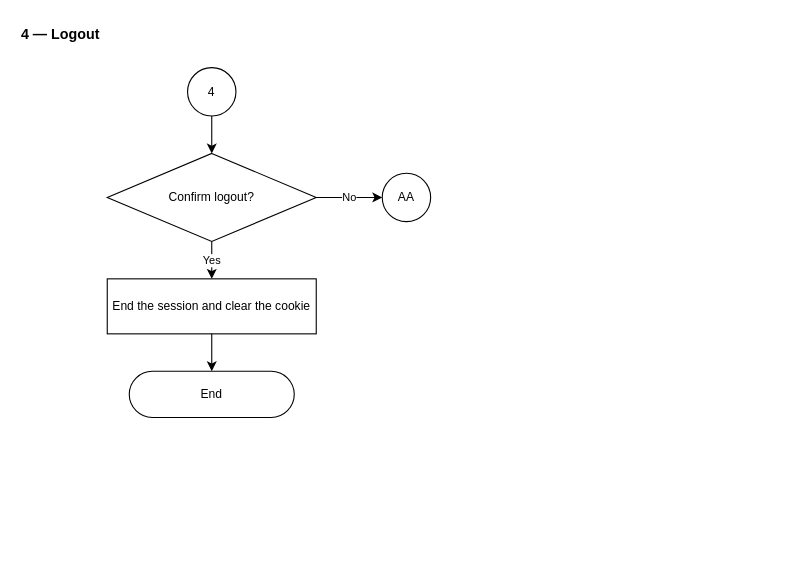
MellowLaw/AGAPP keeps this draw.io diagram as page "4 — Super Admin Settings" (7 of 8) of Docs/Flowcharts/drawio/03-Super-Admin.drawio. Above is the earlier version. Source tidied: cells renumbered, new cells numbered last; positions are measured from the earlier drawing's top-left corner, leaving out a move shared by most shapes. Both pictures are drawn from the tidied source at 110%, with x=0, y=0 at pixel (19, 19).
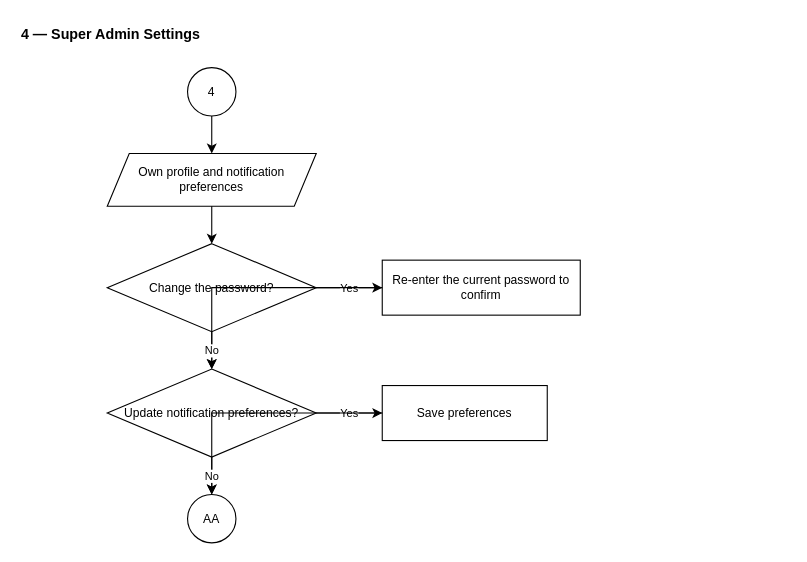
The same diagram, later.

Commit message (it also covers changes not shown here):
feat: add Super Admin flowcharts and documentation along with corresponding sidebar component implementation

The edit, as a diff of the source:
```diff
@@
 <mxGraphModel>
   <root>
     <mxCell id="0" />
     <mxCell id="1" parent="0" />
-    <mxCell id="2" value="4 — Logout" style="text;html=1;align=left;verticalAlign=middle;strokeColor=none;fillColor=none;fontSize=13;fontStyle=1;fontColor=#000000;" parent="1" vertex="1">
+    <mxCell id="2" value="4 — Super Admin Settings" style="text;html=1;align=left;verticalAlign=middle;strokeColor=none;fillColor=none;fontSize=13;fontStyle=1;fontColor=#000000;" parent="1" vertex="1">
       <mxGeometry width="700" height="26" as="geometry" />
     </mxCell>
     <mxCell id="3" value="4" style="ellipse;whiteSpace=wrap;html=1;fillColor=#FFFFFF;strokeColor=#000000;fontColor=#000000;fontSize=11;" parent="1" vertex="1">
       <mxGeometry x="153" y="44" width="44" height="44" as="geometry" />
     </mxCell>
+    <mxCell id="12" value="Own profile and&amp;#10;notification preferences" style="shape=parallelogram;perimeter=parallelogramPerimeter;fixedSize=1;whiteSpace=wrap;html=1;fillColor=#FFFFFF;strokeColor=#000000;fontColor=#000000;fontSize=11;" parent="1" vertex="1">
+      <mxGeometry x="80" y="122" width="190" height="48" as="geometry" />
+    </mxCell>
-    <mxCell id="4" value="Confirm logout?" style="rhombus;whiteSpace=wrap;html=1;fillColor=#FFFFFF;strokeColor=#000000;fontColor=#000000;fontSize=11;" parent="1" vertex="1">
-      <mxGeometry x="80" y="122" width="190" height="80" as="geometry" />
+    <mxCell id="4" value="Change the password?" style="rhombus;whiteSpace=wrap;html=1;fillColor=#FFFFFF;strokeColor=#000000;fontColor=#000000;fontSize=11;" parent="1" vertex="1">
+      <mxGeometry x="80" y="204" width="190" height="80" as="geometry" />
     </mxCell>
+    <mxCell id="13" value="Re-enter the current&amp;#10;password to confirm" style="rounded=0;whiteSpace=wrap;html=1;fillColor=#FFFFFF;strokeColor=#000000;fontColor=#000000;fontSize=11;" parent="1" vertex="1">
+      <mxGeometry x="330" y="219" width="180" height="50" as="geometry" />
+    </mxCell>
+    <mxCell id="14" value="Update notification&amp;#10;preferences?" style="rhombus;whiteSpace=wrap;html=1;fillColor=#FFFFFF;strokeColor=#000000;fontColor=#000000;fontSize=11;" parent="1" vertex="1">
+      <mxGeometry x="80" y="318" width="190" height="80" as="geometry" />
+    </mxCell>
+    <mxCell id="15" value="Save preferences" style="rounded=0;whiteSpace=wrap;html=1;fillColor=#FFFFFF;strokeColor=#000000;fontColor=#000000;fontSize=11;" parent="1" vertex="1">
+      <mxGeometry x="330" y="333" width="150" height="50" as="geometry" />
+    </mxCell>
     <mxCell id="5" value="AA" style="ellipse;whiteSpace=wrap;html=1;fillColor=#FFFFFF;strokeColor=#000000;fontColor=#000000;fontSize=11;" parent="1" vertex="1">
-      <mxGeometry x="330" y="140" width="44" height="44" as="geometry" />
+      <mxGeometry x="153" y="432" width="44" height="44" as="geometry" />
     </mxCell>
-    <mxCell id="6" value="End the session and&amp;#10;clear the cookie" style="rounded=0;whiteSpace=wrap;html=1;fillColor=#FFFFFF;strokeColor=#000000;fontColor=#000000;fontSize=11;" parent="1" vertex="1">
-      <mxGeometry x="80" y="236" width="190" height="50" as="geometry" />
-    </mxCell>
-    <mxCell id="7" value="End" style="rounded=1;arcSize=50;whiteSpace=wrap;html=1;fillColor=#FFFFFF;strokeColor=#000000;fontColor=#000000;fontSize=11;" parent="1" vertex="1">
-      <mxGeometry x="100" y="320" width="150" height="42" as="geometry" />
-    </mxCell>
-    <mxCell id="8" style="edgeStyle=orthogonalEdgeStyle;rounded=0;html=1;strokeColor=#000000;endArrow=classic;fontSize=10;" parent="1" edge="1" source="3" target="4">
+    <mxCell id="8" style="edgeStyle=orthogonalEdgeStyle;rounded=0;html=1;strokeColor=#000000;endArrow=classic;fontSize=10;" parent="1" edge="1" source="3" target="12">
       <mxGeometry relative="1" as="geometry" />
     </mxCell>
-    <mxCell id="9" value="No" style="edgeStyle=orthogonalEdgeStyle;rounded=0;html=1;strokeColor=#000000;endArrow=classic;fontSize=10;" parent="1" edge="1" source="4" target="5">
+    <mxCell id="9" style="edgeStyle=orthogonalEdgeStyle;rounded=0;html=1;strokeColor=#000000;endArrow=classic;fontSize=10;" parent="1" edge="1" source="12" target="4">
       <mxGeometry relative="1" as="geometry" />
     </mxCell>
-    <mxCell id="10" value="Yes" style="edgeStyle=orthogonalEdgeStyle;rounded=0;html=1;strokeColor=#000000;endArrow=classic;fontSize=10;" parent="1" edge="1" source="4" target="6">
+    <mxCell id="10" value="Yes" style="edgeStyle=orthogonalEdgeStyle;rounded=0;html=1;strokeColor=#000000;endArrow=classic;fontSize=10;" parent="1" edge="1" source="4" target="13">
       <mxGeometry relative="1" as="geometry" />
     </mxCell>
-    <mxCell id="11" style="edgeStyle=orthogonalEdgeStyle;rounded=0;html=1;strokeColor=#000000;endArrow=classic;fontSize=10;" parent="1" edge="1" source="6" target="7">
+    <mxCell id="11" style="edgeStyle=orthogonalEdgeStyle;rounded=0;html=1;strokeColor=#000000;endArrow=classic;fontSize=10;" parent="1" edge="1" source="13" target="14">
       <mxGeometry relative="1" as="geometry" />
     </mxCell>
+    <mxCell id="16" value="No" style="edgeStyle=orthogonalEdgeStyle;rounded=0;html=1;strokeColor=#000000;endArrow=classic;fontSize=10;" parent="1" edge="1" source="4" target="14">
+      <mxGeometry relative="1" as="geometry" />
+    </mxCell>
+    <mxCell id="17" value="Yes" style="edgeStyle=orthogonalEdgeStyle;rounded=0;html=1;strokeColor=#000000;endArrow=classic;fontSize=10;" parent="1" edge="1" source="14" target="15">
+      <mxGeometry relative="1" as="geometry" />
+    </mxCell>
+    <mxCell id="18" style="edgeStyle=orthogonalEdgeStyle;rounded=0;html=1;strokeColor=#000000;endArrow=classic;fontSize=10;" parent="1" edge="1" source="15" target="5">
+      <mxGeometry relative="1" as="geometry" />
+    </mxCell>
+    <mxCell id="19" value="No" style="edgeStyle=orthogonalEdgeStyle;rounded=0;html=1;strokeColor=#000000;endArrow=classic;fontSize=10;" parent="1" edge="1" source="14" target="5">
+      <mxGeometry relative="1" as="geometry" />
+    </mxCell>
   </root>
 </mxGraphModel>
```
